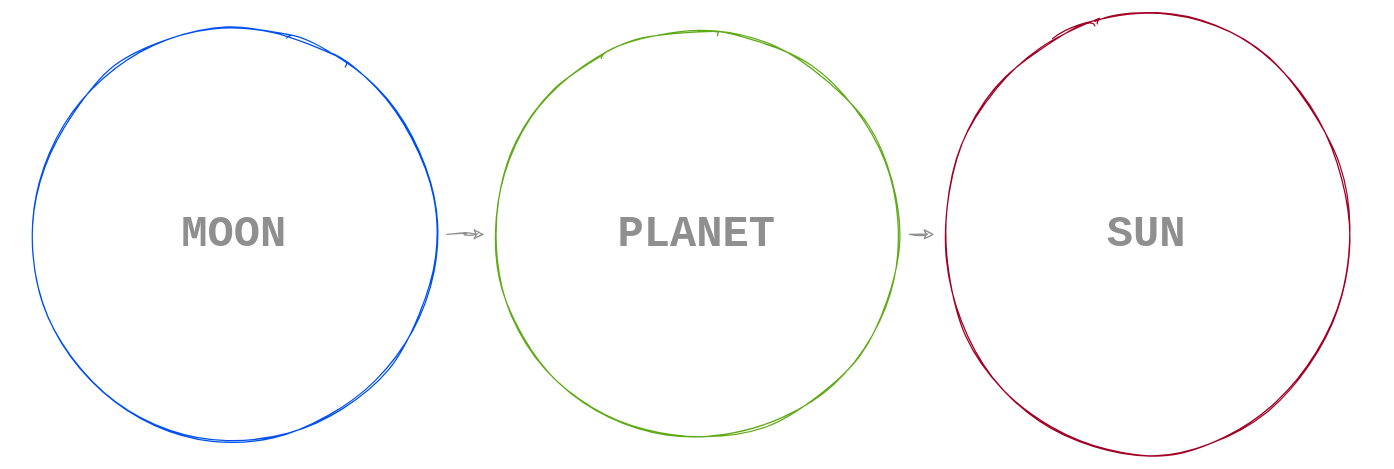
This is page "0.0.4 2" (4 of 7) of 0. المقدمة/0.0 النظرية/ملفات/النظرية.drawio from hassanhabib/The-Standard-Arabic, a draw.io file, before an edit. Source tidied: cells renumbered, new cells numbered last; positions are measured from the earlier drawing's top-left corner, leaving out a move shared by most shapes. Both pictures are drawn from the tidied source at 125%, with x=0, y=0 at pixel (21, 21).
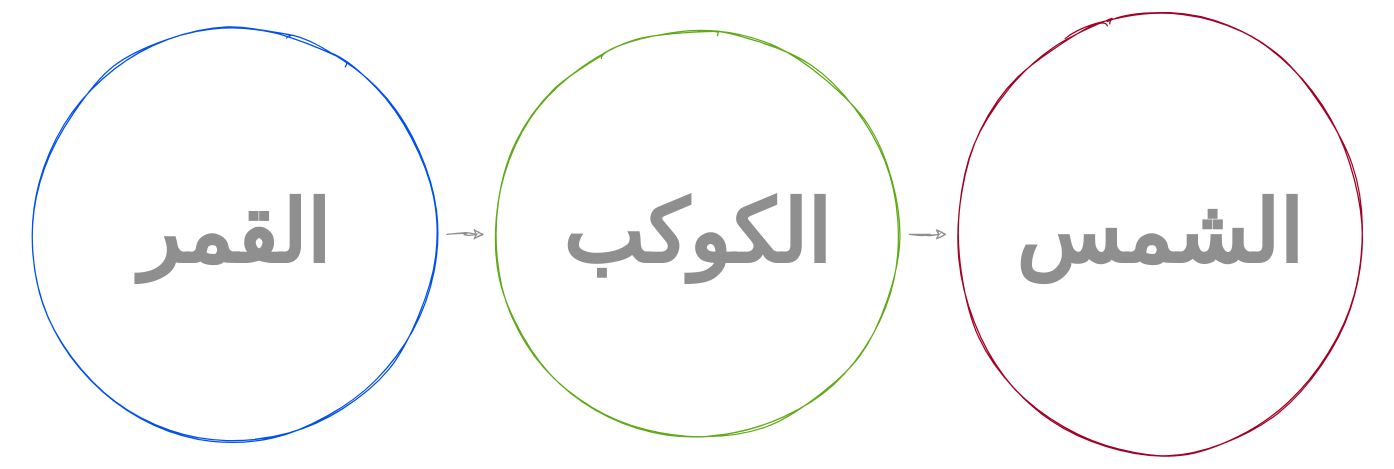
Above is the later version.

What changed in the source:
```diff
@@
 <mxGraphModel>
   <root>
     <mxCell id="0" />
     <mxCell id="1" parent="0" />
-    <mxCell id="2" value="SUN" style="ellipse;whiteSpace=wrap;html=1;rounded=1;sketch=1;fillColor=none;strokeColor=#A20025;fontFamily=Courier New;fontStyle=1;fontSize=35;fontColor=#8F8F8F;" parent="1" vertex="1">
-      <mxGeometry x="730" width="340" height="340" as="geometry" />
+    <mxCell id="2" value="الشمس" style="ellipse;whiteSpace=wrap;html=1;rounded=1;sketch=1;fillColor=none;strokeColor=#A20025;fontFamily=Arabic Typesetting;fontStyle=1;fontSize=69;fontColor=#8F8F8F;" parent="1" vertex="1">
+      <mxGeometry x="740" width="340" height="340" as="geometry" />
     </mxCell>
     <mxCell id="3" style="edgeStyle=orthogonalEdgeStyle;curved=1;rounded=1;sketch=1;jettySize=auto;html=1;entryX=0;entryY=0.5;entryDx=0;entryDy=0;strokeColor=#8F8F8F;fontFamily=Courier New;fontStyle=1;fontColor=#8F8F8F;" parent="1" edge="1" source="4" target="2">
       <mxGeometry relative="1" as="geometry" />
     </mxCell>
-    <mxCell id="4" value="&lt;font style=&quot;font-size: 35px&quot;&gt;PLANET&lt;/font&gt;" style="ellipse;whiteSpace=wrap;html=1;rounded=1;sketch=1;fillColor=none;strokeColor=#60A917;fontFamily=Courier New;fontStyle=1;fontSize=25;fontColor=#8F8F8F;" parent="1" vertex="1">
+    <mxCell id="4" value="&lt;font style=&quot;font-size: 69px;&quot;&gt;الكوكب&lt;/font&gt;" style="ellipse;whiteSpace=wrap;html=1;rounded=1;sketch=1;fillColor=none;strokeColor=#60A917;fontFamily=Arabic Typesetting;fontStyle=1;fontSize=69;fontColor=#8F8F8F;" parent="1" vertex="1">
       <mxGeometry x="370" width="340" height="340" as="geometry" />
     </mxCell>
     <mxCell id="5" style="edgeStyle=orthogonalEdgeStyle;curved=1;rounded=1;sketch=1;jettySize=auto;html=1;strokeColor=#8F8F8F;fontFamily=Courier New;fontStyle=1;fontColor=#8F8F8F;" parent="1" edge="1" source="6" target="4">
       <mxGeometry relative="1" as="geometry" />
     </mxCell>
-    <mxCell id="6" value="&lt;font style=&quot;font-size: 35px&quot;&gt;MOON&lt;/font&gt;" style="ellipse;whiteSpace=wrap;html=1;rounded=1;sketch=1;fillColor=none;strokeColor=#0050EF;fontFamily=Courier New;fontStyle=1;fontColor=#8F8F8F;" parent="1" vertex="1">
+    <mxCell id="6" value="&lt;font style=&quot;font-size: 69px;&quot;&gt;القمر&lt;/font&gt;" style="ellipse;whiteSpace=wrap;html=1;rounded=1;sketch=1;fillColor=none;strokeColor=#0050EF;fontFamily=Arabic Typesetting;fontStyle=1;fontColor=#8F8F8F;fontSize=69;" parent="1" vertex="1">
       <mxGeometry width="340" height="340" as="geometry" />
     </mxCell>
   </root>
 </mxGraphModel>
```
